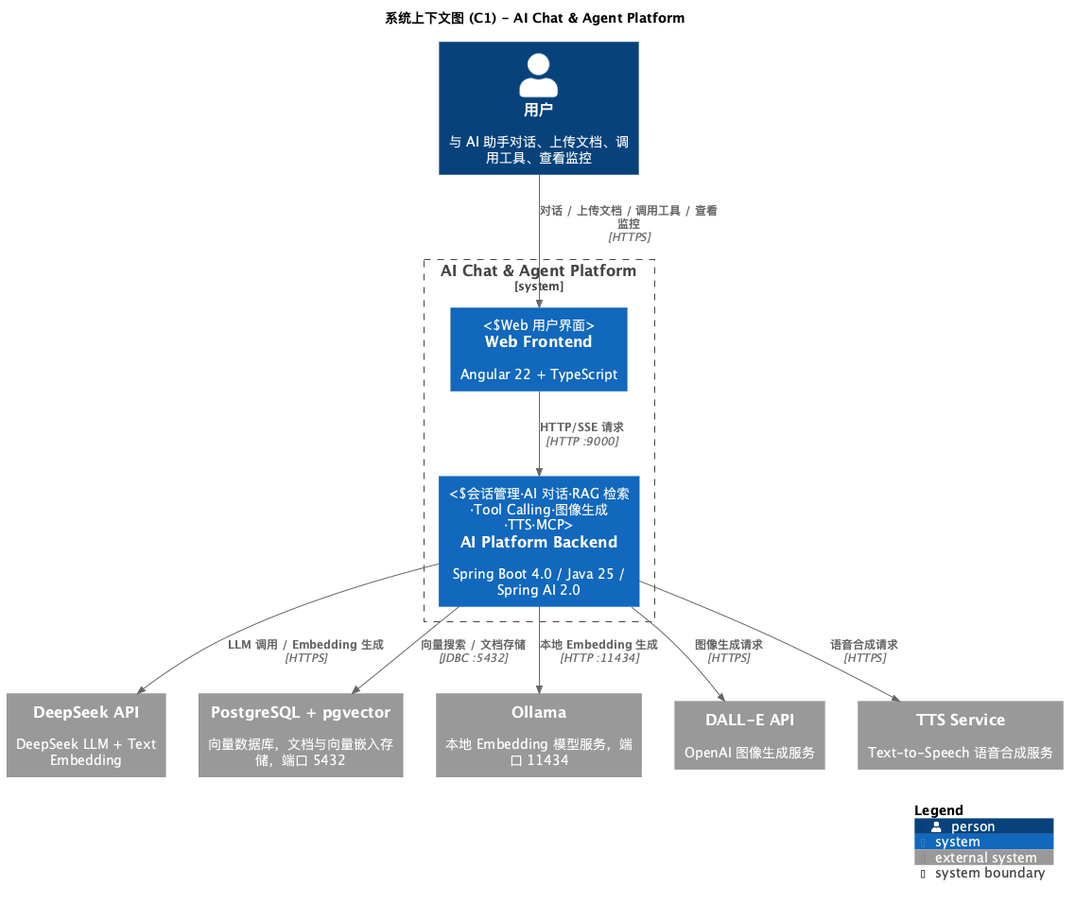
Before: ai/docs/c4/png/C1-Context.png, a diagram exported from PlantUML (felixzhu97/explore-workspace).
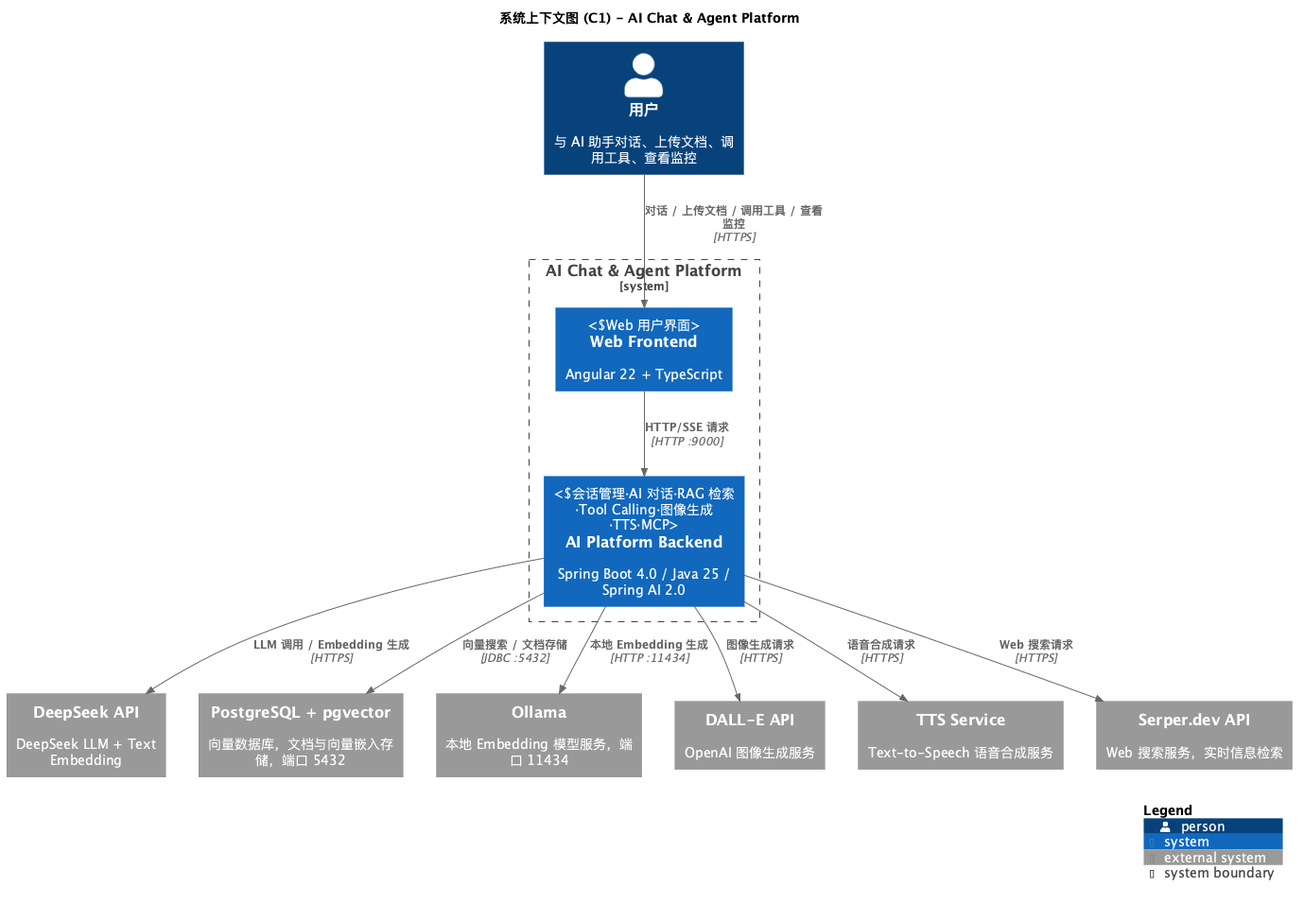
The same file after the commit.

Change to the diagram source:
```diff
@@ -17,6 +17,7 @@
 System_Ext(ollama, "Ollama", "本地 Embedding 模型服务，端口 11434")
 System_Ext(dalle_api, "DALL-E API", "OpenAI 图像生成服务")
 System_Ext(tts_api, "TTS Service", "Text-to-Speech 语音合成服务")
+System_Ext(serper_api, "Serper.dev API", "Web 搜索服务，实时信息检索")
 
 Rel(user, frontend, "对话 / 上传文档 / 调用工具 / 查看监控", "HTTPS")
 Rel(frontend, backend, "HTTP/SSE 请求", "HTTP :9000")
@@ -25,6 +26,7 @@
 Rel(backend, ollama, "本地 Embedding 生成", "HTTP :11434")
 Rel(backend, dalle_api, "图像生成请求", "HTTPS")
 Rel(backend, tts_api, "语音合成请求", "HTTPS")
+Rel(backend, serper_api, "Web 搜索请求", "HTTPS")
 
 SHOW_LEGEND()
 @enduml
```
